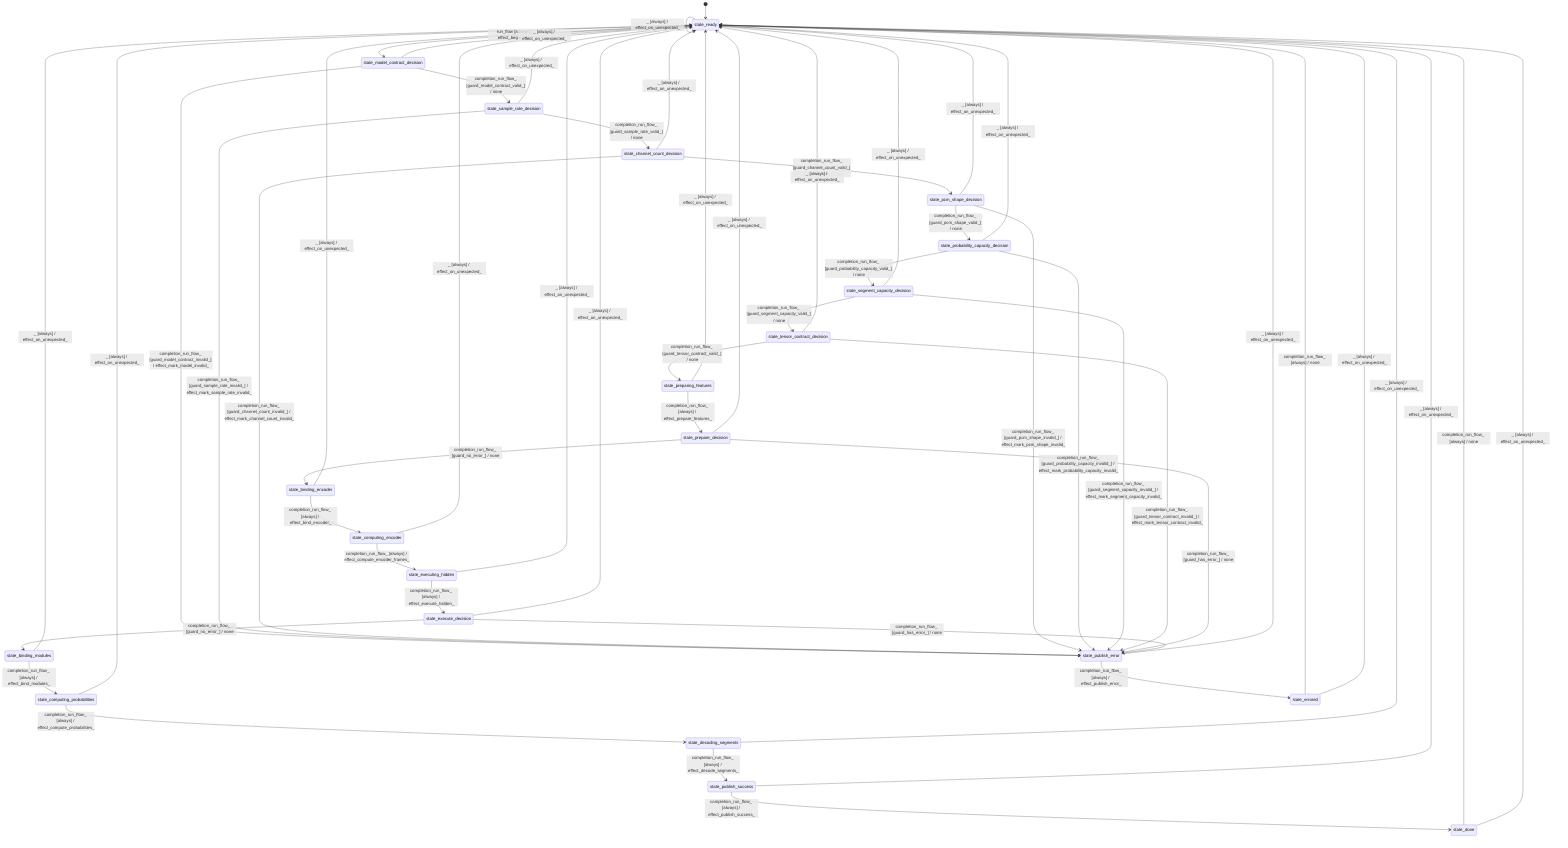
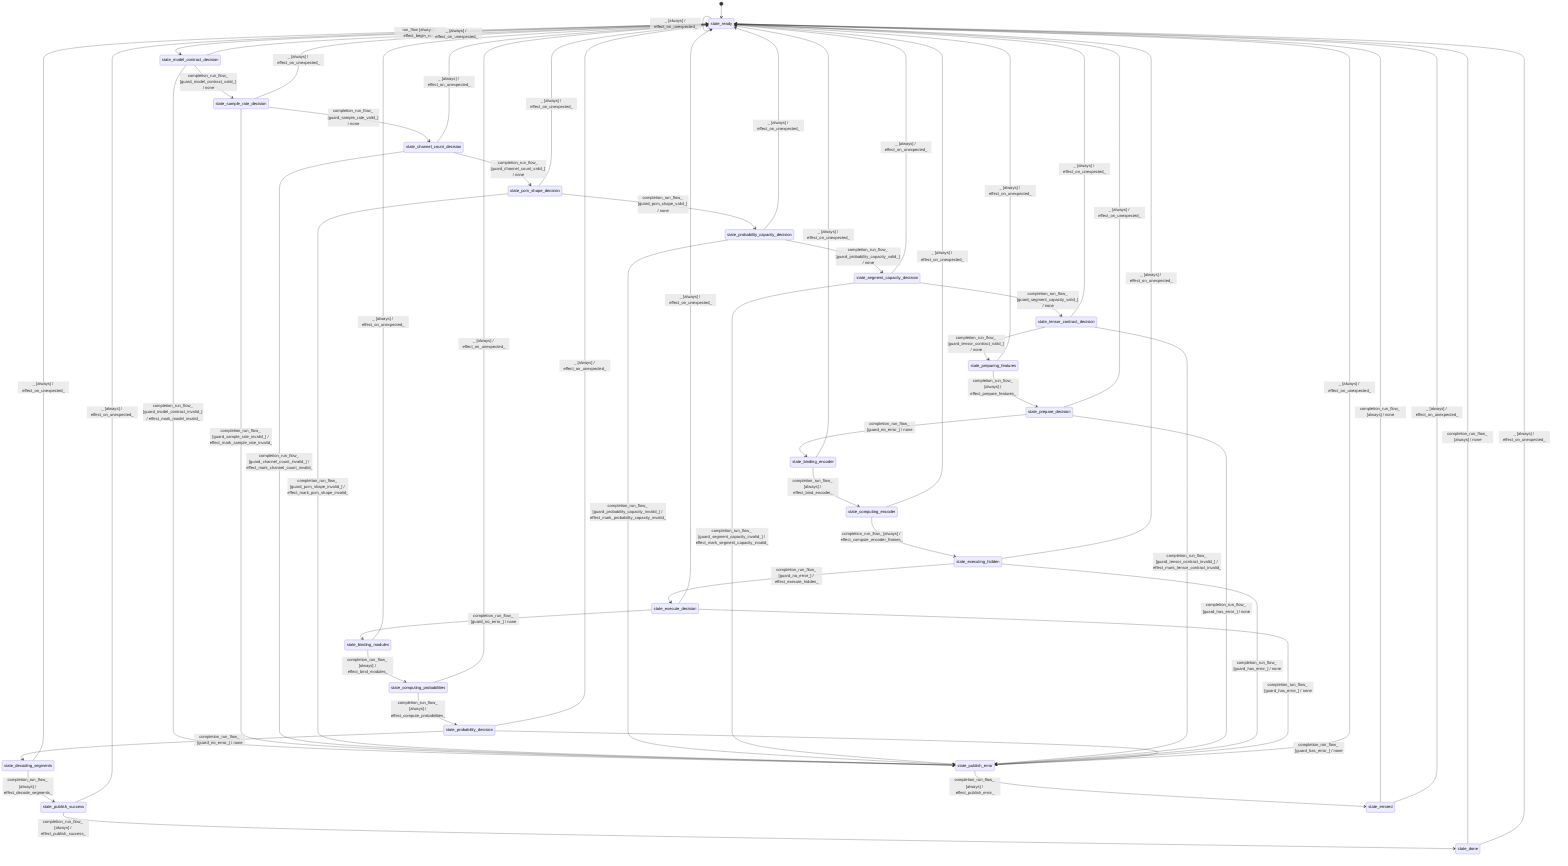
stateDiagram-v2
  direction TB
  [*] --> state_ready
  state_ready --> state_model_contract_decision : run_flow [always] / effect_begin_run_
  state_model_contract_decision --> state_sample_rate_decision : completion_run_flow_ [guard_model_contract_valid_] / none
  state_model_contract_decision --> state_publish_error : completion_run_flow_ [guard_model_contract_invalid_] / effect_mark_model_invalid_
  state_sample_rate_decision --> state_channel_count_decision : completion_run_flow_ [guard_sample_rate_valid_] / none
  state_sample_rate_decision --> state_publish_error : completion_run_flow_ [guard_sample_rate_invalid_] / effect_mark_sample_rate_invalid_
  state_channel_count_decision --> state_pcm_shape_decision : completion_run_flow_ [guard_channel_count_valid_] / none
  state_channel_count_decision --> state_publish_error : completion_run_flow_ [guard_channel_count_invalid_] / effect_mark_channel_count_invalid_
  state_pcm_shape_decision --> state_probability_capacity_decision : completion_run_flow_ [guard_pcm_shape_valid_] / none
  state_pcm_shape_decision --> state_publish_error : completion_run_flow_ [guard_pcm_shape_invalid_] / effect_mark_pcm_shape_invalid_
  state_probability_capacity_decision --> state_segment_capacity_decision : completion_run_flow_ [guard_probability_capacity_valid_] / none
  state_probability_capacity_decision --> state_publish_error : completion_run_flow_ [guard_probability_capacity_invalid_] / effect_mark_probability_capacity_invalid_
  state_segment_capacity_decision --> state_tensor_contract_decision : completion_run_flow_ [guard_segment_capacity_valid_] / none
  state_segment_capacity_decision --> state_publish_error : completion_run_flow_ [guard_segment_capacity_invalid_] / effect_mark_segment_capacity_invalid_
  state_tensor_contract_decision --> state_preparing_features : completion_run_flow_ [guard_tensor_contract_valid_] / none
  state_tensor_contract_decision --> state_publish_error : completion_run_flow_ [guard_tensor_contract_invalid_] / effect_mark_tensor_contract_invalid_
  state_preparing_features --> state_prepare_decision : completion_run_flow_ [always] / effect_prepare_features_
  state_prepare_decision --> state_binding_encoder : completion_run_flow_ [guard_no_error_] / none
  state_prepare_decision --> state_publish_error : completion_run_flow_ [guard_has_error_] / none
  state_binding_encoder --> state_computing_encoder : completion_run_flow_ [always] / effect_bind_encoder_
  state_computing_encoder --> state_executing_hidden : completion_run_flow_ [always] / effect_compute_encoder_frames_
-   state_executing_hidden --> state_execute_decision : completion_run_flow_ [always] / effect_execute_hidden_
+   state_executing_hidden --> state_execute_decision : completion_run_flow_ [guard_no_error_] / effect_execute_hidden_
+   state_executing_hidden --> state_publish_error : completion_run_flow_ [guard_has_error_] / none
  state_execute_decision --> state_binding_modules : completion_run_flow_ [guard_no_error_] / none
  state_execute_decision --> state_publish_error : completion_run_flow_ [guard_has_error_] / none
  state_binding_modules --> state_computing_probabilities : completion_run_flow_ [always] / effect_bind_modules_
-   state_computing_probabilities --> state_decoding_segments : completion_run_flow_ [always] / effect_compute_probabilities_
+   state_computing_probabilities --> state_probability_decision : completion_run_flow_ [always] / effect_compute_probabilities_
+   state_probability_decision --> state_decoding_segments : completion_run_flow_ [guard_no_error_] / none
+   state_probability_decision --> state_publish_error : completion_run_flow_ [guard_has_error_] / none
  state_decoding_segments --> state_publish_success : completion_run_flow_ [always] / effect_decode_segments_
  state_publish_success --> state_done : completion_run_flow_ [always] / effect_publish_success_
  state_publish_error --> state_errored : completion_run_flow_ [always] / effect_publish_error_
  state_done --> state_ready : completion_run_flow_ [always] / none
  state_errored --> state_ready : completion_run_flow_ [always] / none
  state_ready --> state_ready : _ [always] / effect_on_unexpected_
  state_model_contract_decision --> state_ready : _ [always] / effect_on_unexpected_
  state_sample_rate_decision --> state_ready : _ [always] / effect_on_unexpected_
  state_channel_count_decision --> state_ready : _ [always] / effect_on_unexpected_
  state_pcm_shape_decision --> state_ready : _ [always] / effect_on_unexpected_
  state_probability_capacity_decision --> state_ready : _ [always] / effect_on_unexpected_
  state_segment_capacity_decision --> state_ready : _ [always] / effect_on_unexpected_
  state_tensor_contract_decision --> state_ready : _ [always] / effect_on_unexpected_
  state_preparing_features --> state_ready : _ [always] / effect_on_unexpected_
  state_prepare_decision --> state_ready : _ [always] / effect_on_unexpected_
  state_binding_encoder --> state_ready : _ [always] / effect_on_unexpected_
  state_computing_encoder --> state_ready : _ [always] / effect_on_unexpected_
  state_executing_hidden --> state_ready : _ [always] / effect_on_unexpected_
  state_execute_decision --> state_ready : _ [always] / effect_on_unexpected_
  state_binding_modules --> state_ready : _ [always] / effect_on_unexpected_
  state_computing_probabilities --> state_ready : _ [always] / effect_on_unexpected_
+   state_probability_decision --> state_ready : _ [always] / effect_on_unexpected_
  state_decoding_segments --> state_ready : _ [always] / effect_on_unexpected_
  state_publish_success --> state_ready : _ [always] / effect_on_unexpected_
  state_publish_error --> state_ready : _ [always] / effect_on_unexpected_
  state_done --> state_ready : _ [always] / effect_on_unexpected_
  state_errored --> state_ready : _ [always] / effect_on_unexpected_
